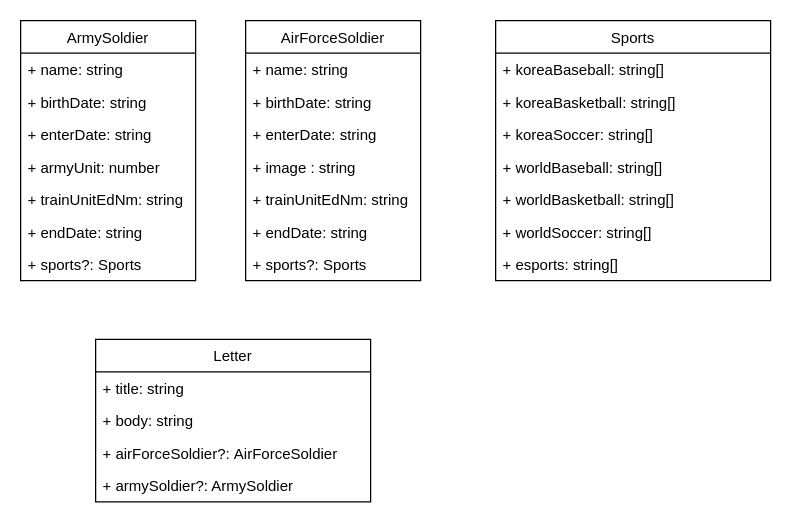
korECM/ArmyLetterServer keeps this draw.io diagram as src/models/model.drawio. Above is the earlier version. Source tidied: cells renumbered, new cells numbered last; positions are measured from the earlier drawing's top-left corner, leaving out a move shared by most shapes. Both pictures are drawn from the tidied source at 125%, with x=0, y=0 at pixel (20, 20).
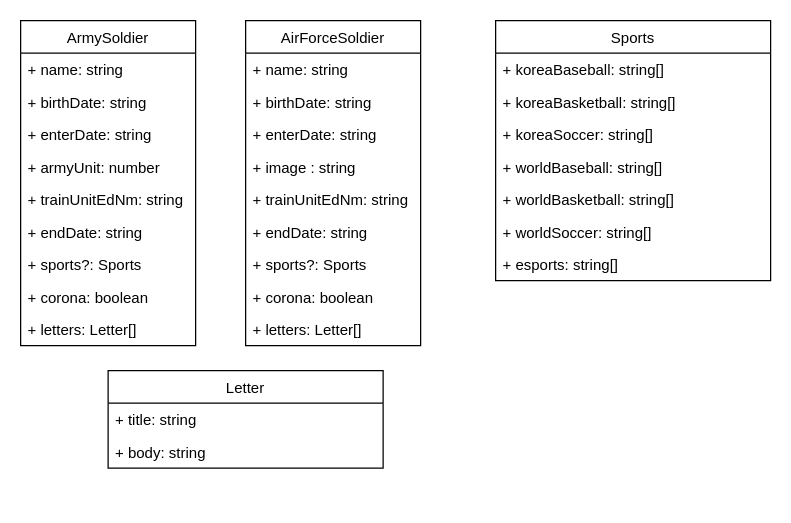
After the change.

Diff of the diagram source:
```diff
@@
     <mxCell id="2" value="AirForceSoldier" style="swimlane;fontStyle=0;horizontal=1;startSize=26;fillColor=none;" parent="1" vertex="1">
-      <mxGeometry x="180" width="140" height="208" as="geometry" />
+      <mxGeometry x="180" width="140" height="260" as="geometry" />
     </mxCell>
@@
+    <mxCell id="31" value="+ corona: boolean" style="text;strokeColor=none;fillColor=none;align=left;verticalAlign=top;spacingLeft=4;spacingRight=4;overflow=hidden;" parent="2" vertex="1">
+      <mxGeometry y="208" width="140" height="26" as="geometry" />
+    </mxCell>
+    <mxCell id="32" value="+ letters: Letter[]" style="text;strokeColor=none;fillColor=none;align=left;verticalAlign=top;spacingLeft=4;spacingRight=4;overflow=hidden;" parent="2" vertex="1">
+      <mxGeometry y="234" width="140" height="26" as="geometry" />
+    </mxCell>
     <mxCell id="10" value="ArmySoldier" style="swimlane;fontStyle=0;horizontal=1;startSize=26;fillColor=none;" parent="1" vertex="1">
-      <mxGeometry width="140" height="208" as="geometry" />
+      <mxGeometry width="140" height="260" as="geometry" />
     </mxCell>
@@
+    <mxCell id="33" value="+ corona: boolean" style="text;strokeColor=none;fillColor=none;align=left;verticalAlign=top;spacingLeft=4;spacingRight=4;overflow=hidden;" parent="10" vertex="1">
+      <mxGeometry y="208" width="140" height="26" as="geometry" />
+    </mxCell>
+    <mxCell id="34" value="+ letters: Letter[]" style="text;strokeColor=none;fillColor=none;align=left;verticalAlign=top;spacingLeft=4;spacingRight=4;overflow=hidden;" parent="10" vertex="1">
+      <mxGeometry y="234" width="140" height="26" as="geometry" />
+    </mxCell>
@@
     <mxCell id="26" value="Letter" style="swimlane;fontStyle=0;horizontal=1;startSize=26;fillColor=none;" parent="1" vertex="1">
-      <mxGeometry x="60" y="255" width="220" height="130" as="geometry" />
+      <mxGeometry x="70" y="280" width="220" height="78" as="geometry" />
     </mxCell>
@@
-    <mxCell id="29" value="+ airForceSoldier?: AirForceSoldier" style="text;strokeColor=none;fillColor=none;align=left;verticalAlign=top;spacingLeft=4;spacingRight=4;overflow=hidden;" parent="26" vertex="1">
-      <mxGeometry y="78" width="220" height="26" as="geometry" />
-    </mxCell>
-    <mxCell id="30" value="+ armySoldier?: ArmySoldier" style="text;strokeColor=none;fillColor=none;align=left;verticalAlign=top;spacingLeft=4;spacingRight=4;overflow=hidden;" parent="26" vertex="1">
-      <mxGeometry y="104" width="220" height="26" as="geometry" />
-    </mxCell>
```
